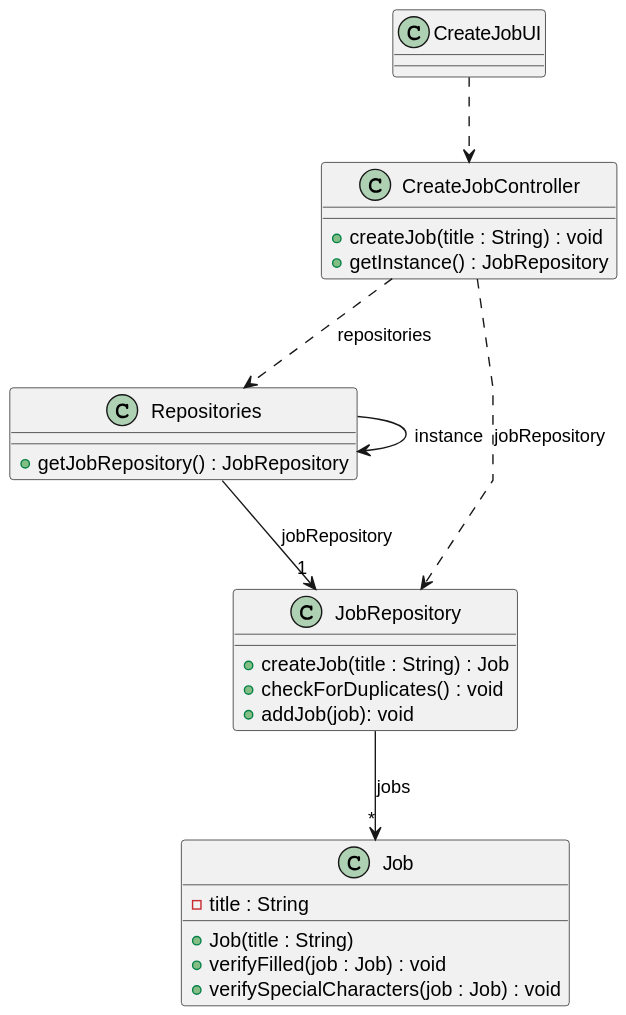
The PlantUML diagram docs/sprintB/us002/03.design/svg/us002-class-diagram.svg in ricardomm7/leaflink, before a commit. The source it was exported from:
```plantuml
@startuml
skinparam packageStyle rectangle
skinparam shadowing false
skinparam linetype polyline


class CreateJobUI {
}

class CreateJobController {
    +createJob(title : String) : void
    +getInstance() : JobRepository
}

class Repositories {
    +getJobRepository() : JobRepository
}

class JobRepository {
    +createJob(title : String) : Job
    +checkForDuplicates() : void
    +addJob(job): void
}

class Job {
    - title : String
    + Job(title : String)
    +verifyFilled(job : Job) : void
    +verifySpecialCharacters(job : Job) : void
}

CreateJobUI ..> CreateJobController
Repositories --> "1" JobRepository : jobRepository
Repositories --> Repositories : instance
JobRepository --> "*" Job : jobs
CreateJobController ..> Repositories : repositories
CreateJobController ..> JobRepository : jobRepository
@enduml
```
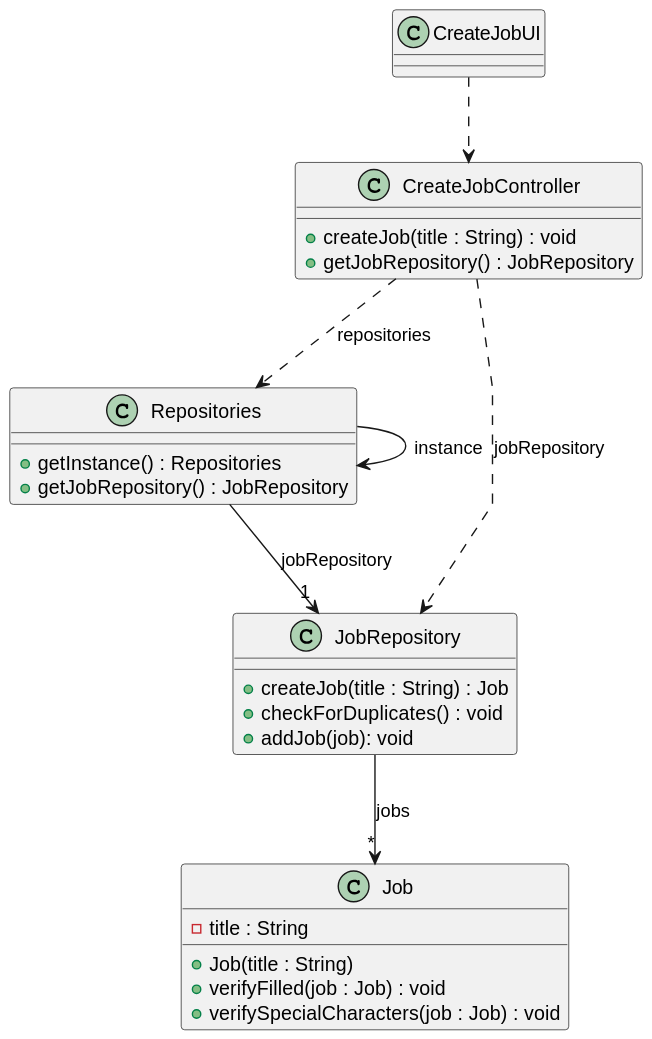
Later version of the same file.

What changed in the source:
```diff
@@ -9,10 +9,11 @@
 
 class CreateJobController {
     +createJob(title : String) : void
-    +getInstance() : JobRepository
+    +getJobRepository() : JobRepository
 }
 
 class Repositories {
+    +getInstance() : Repositories
     +getJobRepository() : JobRepository
 }
 
```
